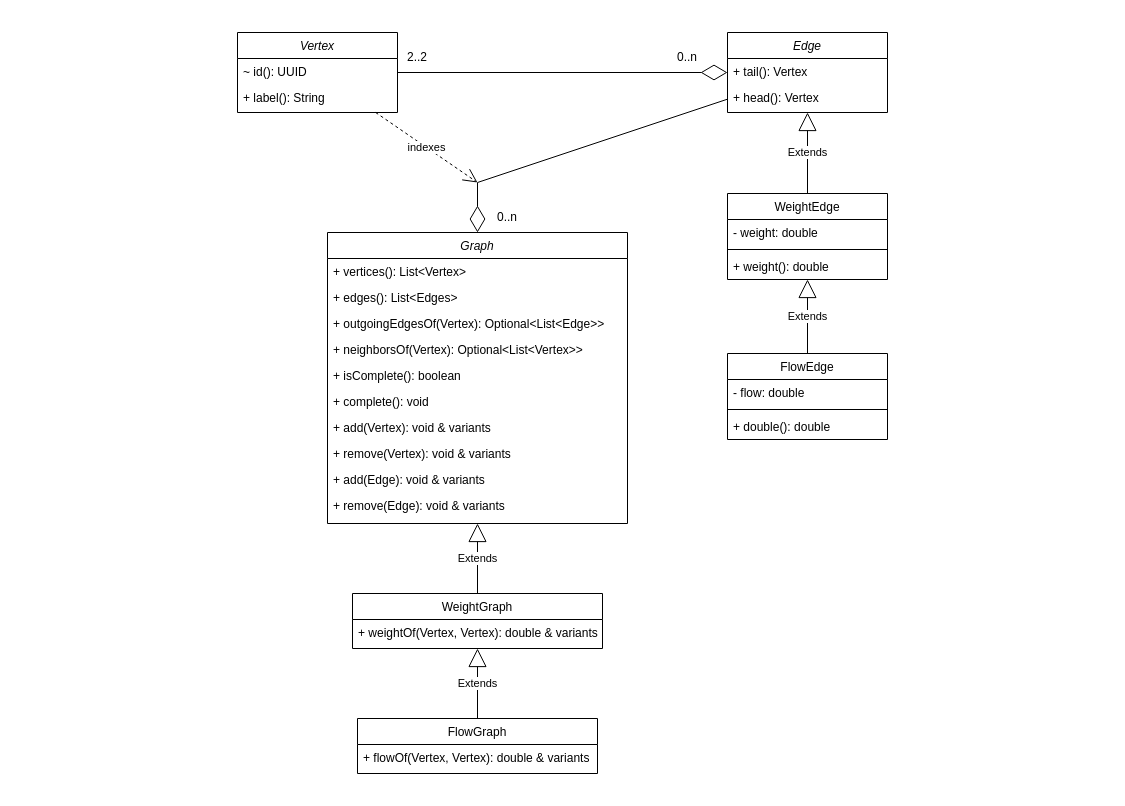
mgmu/jraf keeps this draw.io diagram as docs/graph.drawio. Above is the earlier version. Source tidied: cells renumbered, new cells numbered last; positions are measured from the earlier drawing's top-left corner, leaving out a move shared by most shapes. Both pictures are drawn from the tidied source at 100%, with x=0, y=0 at pixel (237, 32).
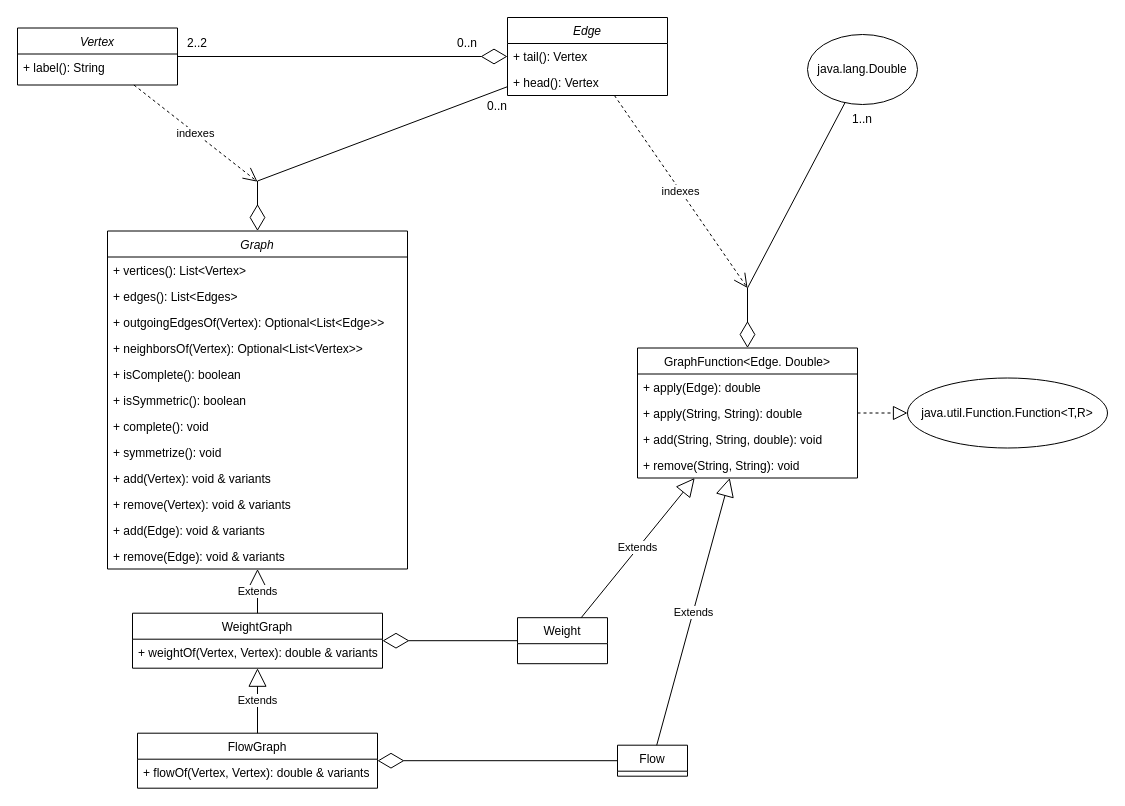
The same diagram, later.

Commit message:
Added weight and flow graphs to diagram

Change to the diagram source:
```diff
@@
     <mxCell id="2" value="Vertex" style="swimlane;fontStyle=2;align=center;verticalAlign=top;horizontal=1;startSize=26;rounded=0;shadow=0;strokeWidth=1;" parent="1" vertex="1">
-      <mxGeometry width="160" height="80" as="geometry" />
+      <mxGeometry x="-220" y="-4.5" width="160" height="57" as="geometry" />
     </mxCell>
-    <mxCell id="3" value="~ id(): UUID" style="text;strokeColor=none;fillColor=none;align=left;verticalAlign=top;spacingLeft=4;spacingRight=4;overflow=hidden;" parent="2" vertex="1">
-      <mxGeometry y="26" width="160" height="26" as="geometry" />
-    </mxCell>
     <mxCell id="4" value="+ label(): String" style="text;strokeColor=none;fillColor=none;align=left;verticalAlign=top;spacingLeft=4;spacingRight=4;overflow=hidden;" parent="2" vertex="1">
-      <mxGeometry y="52" width="160" height="26" as="geometry" />
+      <mxGeometry y="26" width="160" height="26" as="geometry" />
     </mxCell>
     <mxCell id="5" value="Edge" style="swimlane;fontStyle=2;align=center;verticalAlign=top;horizontal=1;startSize=26;rounded=0;shadow=0;strokeWidth=1;" parent="1" vertex="1">
-      <mxGeometry x="490" width="160" height="80" as="geometry" />
+      <mxGeometry x="270" y="-15" width="160" height="78" as="geometry" />
     </mxCell>
     <mxCell id="6" value="indexes" style="endArrow=open;endSize=12;dashed=1;html=1;rounded=0;" parent="5" edge="1" source="2">
       <mxGeometry relative="1" as="geometry">
-        <mxPoint x="-250" y="150" as="targetPoint" />
+        <mxPoint x="-250" y="164.2" as="targetPoint" />
       </mxGeometry>
     </mxCell>
@@
     <mxCell id="10" value="2..2" style="text;html=1;strokeColor=none;fillColor=none;align=center;verticalAlign=middle;whiteSpace=wrap;rounded=0;" parent="1" vertex="1">
-      <mxGeometry x="150" y="10" width="60" height="30" as="geometry" />
+      <mxGeometry x="-70" y="-4.5" width="60" height="30" as="geometry" />
     </mxCell>
     <mxCell id="11" value="0..n" style="text;html=1;strokeColor=none;fillColor=none;align=center;verticalAlign=middle;whiteSpace=wrap;rounded=0;" parent="1" vertex="1">
-      <mxGeometry x="420" y="10" width="60" height="30" as="geometry" />
+      <mxGeometry x="200" y="-4.5" width="60" height="30" as="geometry" />
     </mxCell>
     <mxCell id="12" value="Graph" style="swimlane;fontStyle=2;align=center;verticalAlign=top;horizontal=1;startSize=26;rounded=0;shadow=0;strokeWidth=1;" parent="1" vertex="1">
-      <mxGeometry x="90" y="200" width="300" height="291" as="geometry" />
+      <mxGeometry x="-130" y="198.5" width="300" height="338" as="geometry" />
     </mxCell>
@@
+    <mxCell id="41" value="+ isSymmetric(): boolean" style="text;strokeColor=none;fillColor=none;align=left;verticalAlign=top;spacingLeft=4;spacingRight=4;overflow=hidden;" parent="12" vertex="1">
+      <mxGeometry y="156" width="300" height="26" as="geometry" />
+    </mxCell>
     <mxCell id="18" value="+ complete(): void" style="text;strokeColor=none;fillColor=none;align=left;verticalAlign=top;spacingLeft=4;spacingRight=4;overflow=hidden;" parent="12" vertex="1">
-      <mxGeometry y="156" width="300" height="26" as="geometry" />
+      <mxGeometry y="182" width="300" height="26" as="geometry" />
     </mxCell>
+    <mxCell id="42" value="+ symmetrize(): void" style="text;strokeColor=none;fillColor=none;align=left;verticalAlign=top;spacingLeft=4;spacingRight=4;overflow=hidden;" parent="12" vertex="1">
+      <mxGeometry y="208" width="300" height="26" as="geometry" />
+    </mxCell>
     <mxCell id="19" value="+ add(Vertex): void &amp; variants" style="text;strokeColor=none;fillColor=none;align=left;verticalAlign=top;spacingLeft=4;spacingRight=4;overflow=hidden;" parent="12" vertex="1">
-      <mxGeometry y="182" width="300" height="26" as="geometry" />
+      <mxGeometry y="234" width="300" height="26" as="geometry" />
     </mxCell>
     <mxCell id="20" value="+ remove(Vertex): void &amp; variants" style="text;strokeColor=none;fillColor=none;align=left;verticalAlign=top;spacingLeft=4;spacingRight=4;overflow=hidden;" parent="12" vertex="1">
-      <mxGeometry y="208" width="300" height="26" as="geometry" />
+      <mxGeometry y="260" width="300" height="26" as="geometry" />
     </mxCell>
     <mxCell id="21" value="+ add(Edge): void &amp; variants" style="text;strokeColor=none;fillColor=none;align=left;verticalAlign=top;spacingLeft=4;spacingRight=4;overflow=hidden;" parent="12" vertex="1">
-      <mxGeometry y="234" width="300" height="26" as="geometry" />
+      <mxGeometry y="286" width="300" height="26" as="geometry" />
     </mxCell>
     <mxCell id="22" value="+ remove(Edge): void &amp; variants" style="text;strokeColor=none;fillColor=none;align=left;verticalAlign=top;spacingLeft=4;spacingRight=4;overflow=hidden;" parent="12" vertex="1">
-      <mxGeometry y="260" width="300" height="26" as="geometry" />
+      <mxGeometry y="312" width="300" height="26" as="geometry" />
     </mxCell>
     <mxCell id="23" style="endArrow=diamondThin;endFill=0;endSize=24;html=1;rounded=0;" parent="1" edge="1" source="5" target="12">
       <mxGeometry relative="1" as="geometry">
         <Array as="points">
-          <mxPoint x="240" y="150" />
+          <mxPoint x="20" y="148.5" />
         </Array>
       </mxGeometry>
     </mxCell>
     <mxCell id="24" value="0..n" style="text;html=1;strokeColor=none;fillColor=none;align=center;verticalAlign=middle;whiteSpace=wrap;rounded=0;" parent="1" vertex="1">
-      <mxGeometry x="240" y="170" width="60" height="30" as="geometry" />
+      <mxGeometry x="230" y="59" width="60" height="30" as="geometry" />
     </mxCell>
     <mxCell id="25" value="WeightGraph" style="swimlane;fontStyle=0;align=center;verticalAlign=top;horizontal=1;startSize=26;rounded=0;shadow=0;strokeWidth=1;" parent="1" vertex="1">
-      <mxGeometry x="115" y="561" width="250" height="55" as="geometry" />
+      <mxGeometry x="-105" y="580.7" width="250" height="55" as="geometry" />
     </mxCell>
@@
-    <mxCell id="28" value="WeightEdge" style="swimlane;fontStyle=0;align=center;verticalAlign=top;horizontal=1;startSize=26;rounded=0;shadow=0;strokeWidth=1;" parent="1" vertex="1">
-      <mxGeometry x="490" y="161" width="160" height="86" as="geometry" />
-    </mxCell>
-    <mxCell id="29" value="- weight: double" style="text;strokeColor=none;fillColor=none;align=left;verticalAlign=top;spacingLeft=4;spacingRight=4;overflow=hidden;" parent="28" vertex="1">
-      <mxGeometry y="26" width="160" height="26" as="geometry" />
-    </mxCell>
-    <mxCell id="30" style="line;strokeWidth=1;fillColor=none;align=left;verticalAlign=middle;spacingTop=-1;spacingLeft=3;spacingRight=3;labelPosition=right;strokeColor=inherit;" parent="28" vertex="1">
-      <mxGeometry y="52" width="160" height="8" as="geometry" />
-    </mxCell>
-    <mxCell id="31" value="+ weight(): double" style="text;strokeColor=none;fillColor=none;align=left;verticalAlign=top;spacingLeft=4;spacingRight=4;overflow=hidden;" parent="28" vertex="1">
-      <mxGeometry y="60" width="160" height="26" as="geometry" />
-    </mxCell>
-    <mxCell id="32" value="Extends" style="endArrow=block;endSize=16;endFill=0;html=1;rounded=0;" parent="1" edge="1" source="28" target="5">
-      <mxGeometry relative="1" as="geometry" />
-    </mxCell>
-    <mxCell id="33" value="FlowEdge" style="swimlane;fontStyle=0;align=center;verticalAlign=top;horizontal=1;startSize=26;rounded=0;shadow=0;strokeWidth=1;" parent="1" vertex="1">
-      <mxGeometry x="490" y="321" width="160" height="86" as="geometry" />
-    </mxCell>
-    <mxCell id="34" value="- flow: double" style="text;strokeColor=none;fillColor=none;align=left;verticalAlign=top;spacingLeft=4;spacingRight=4;overflow=hidden;" parent="33" vertex="1">
-      <mxGeometry y="26" width="160" height="26" as="geometry" />
-    </mxCell>
-    <mxCell id="35" style="line;strokeWidth=1;fillColor=none;align=left;verticalAlign=middle;spacingTop=-1;spacingLeft=3;spacingRight=3;labelPosition=right;strokeColor=inherit;" parent="33" vertex="1">
-      <mxGeometry y="52" width="160" height="8" as="geometry" />
-    </mxCell>
-    <mxCell id="36" value="+ double(): double" style="text;strokeColor=none;fillColor=none;align=left;verticalAlign=top;spacingLeft=4;spacingRight=4;overflow=hidden;" parent="33" vertex="1">
-      <mxGeometry y="60" width="160" height="26" as="geometry" />
-    </mxCell>
-    <mxCell id="37" value="Extends" style="endArrow=block;endSize=16;endFill=0;html=1;rounded=0;" parent="1" edge="1" source="33" target="28">
-      <mxGeometry relative="1" as="geometry" />
-    </mxCell>
     <mxCell id="38" value="FlowGraph" style="swimlane;fontStyle=0;align=center;verticalAlign=top;horizontal=1;startSize=26;rounded=0;shadow=0;strokeWidth=1;" parent="1" vertex="1">
-      <mxGeometry x="120" y="686" width="240" height="55" as="geometry" />
+      <mxGeometry x="-100" y="700.7" width="240" height="55" as="geometry" />
     </mxCell>
@@
+    <mxCell id="43" value="java.util.Function.Function&amp;lt;T,R&amp;gt;" style="ellipse;whiteSpace=wrap;html=1;" parent="1" vertex="1">
+      <mxGeometry x="670" y="345.5" width="200" height="70" as="geometry" />
+    </mxCell>
+    <mxCell id="44" value="Weight" style="swimlane;fontStyle=0;align=center;verticalAlign=top;horizontal=1;startSize=26;rounded=0;shadow=0;strokeWidth=1;" parent="1" vertex="1">
+      <mxGeometry x="280" y="585.2" width="90" height="46" as="geometry" />
+    </mxCell>
+    <mxCell id="45" value="Flow" style="swimlane;fontStyle=0;align=center;verticalAlign=top;horizontal=1;startSize=26;rounded=0;shadow=0;strokeWidth=1;" parent="1" vertex="1">
+      <mxGeometry x="380" y="712.7" width="70" height="31" as="geometry" />
+    </mxCell>
+    <mxCell id="46" style="endArrow=block;dashed=1;endFill=0;endSize=12;html=1;rounded=0;" parent="1" edge="1" source="48" target="43">
+      <mxGeometry relative="1" as="geometry" />
+    </mxCell>
+    <mxCell id="47" value="java.lang.Double" style="ellipse;whiteSpace=wrap;html=1;" parent="1" vertex="1">
+      <mxGeometry x="570" y="2" width="110" height="70" as="geometry" />
+    </mxCell>
+    <mxCell id="48" value="GraphFunction&lt;Edge. Double&gt;" style="swimlane;fontStyle=0;align=center;verticalAlign=top;horizontal=1;startSize=26;rounded=0;shadow=0;strokeWidth=1;" parent="1" vertex="1">
+      <mxGeometry x="400" y="315.5" width="220" height="130" as="geometry" />
+    </mxCell>
+    <mxCell id="49" value="+ apply(Edge): double" style="text;strokeColor=none;fillColor=none;align=left;verticalAlign=top;spacingLeft=4;spacingRight=4;overflow=hidden;" parent="48" vertex="1">
+      <mxGeometry y="26" width="220" height="26" as="geometry" />
+    </mxCell>
+    <mxCell id="50" value="+ apply(String, String): double" style="text;strokeColor=none;fillColor=none;align=left;verticalAlign=top;spacingLeft=4;spacingRight=4;overflow=hidden;" parent="48" vertex="1">
+      <mxGeometry y="52" width="220" height="26" as="geometry" />
+    </mxCell>
+    <mxCell id="51" value="+ add(String, String, double): void" style="text;strokeColor=none;fillColor=none;align=left;verticalAlign=top;spacingLeft=4;spacingRight=4;overflow=hidden;" parent="48" vertex="1">
+      <mxGeometry y="78" width="220" height="26" as="geometry" />
+    </mxCell>
+    <mxCell id="52" value="+ remove(String, String): void" style="text;strokeColor=none;fillColor=none;align=left;verticalAlign=top;spacingLeft=4;spacingRight=4;overflow=hidden;" parent="48" vertex="1">
+      <mxGeometry y="104" width="220" height="26" as="geometry" />
+    </mxCell>
+    <mxCell id="53" value="Extends" style="endArrow=block;endSize=16;endFill=0;html=1;rounded=0;" parent="1" edge="1" source="44" target="48">
+      <mxGeometry relative="1" as="geometry" />
+    </mxCell>
+    <mxCell id="54" value="Extends" style="endArrow=block;endSize=16;endFill=0;html=1;rounded=0;" parent="1" edge="1" source="45" target="48">
+      <mxGeometry relative="1" as="geometry" />
+    </mxCell>
+    <mxCell id="55" style="endArrow=diamondThin;endFill=0;endSize=24;html=1;rounded=0;" parent="1" edge="1" source="47" target="48">
+      <mxGeometry relative="1" as="geometry">
+        <Array as="points">
+          <mxPoint x="510" y="255.5" />
+        </Array>
+      </mxGeometry>
+    </mxCell>
+    <mxCell id="56" value="indexes" style="endArrow=open;endSize=12;dashed=1;html=1;rounded=0;" parent="1" edge="1" source="5">
+      <mxGeometry relative="1" as="geometry">
+        <mxPoint x="510" y="255.5" as="targetPoint" />
+      </mxGeometry>
+    </mxCell>
+    <mxCell id="57" value="1..n" style="text;html=1;strokeColor=none;fillColor=none;align=center;verticalAlign=middle;whiteSpace=wrap;rounded=0;" parent="1" vertex="1">
+      <mxGeometry x="595" y="72" width="60" height="30" as="geometry" />
+    </mxCell>
+    <mxCell id="58" style="endArrow=diamondThin;endFill=0;endSize=24;html=1;rounded=0;" parent="1" edge="1" source="44" target="25">
+      <mxGeometry relative="1" as="geometry" />
+    </mxCell>
+    <mxCell id="59" style="endArrow=diamondThin;endFill=0;endSize=24;html=1;rounded=0;" parent="1" edge="1" source="45" target="38">
+      <mxGeometry relative="1" as="geometry" />
+    </mxCell>
```
